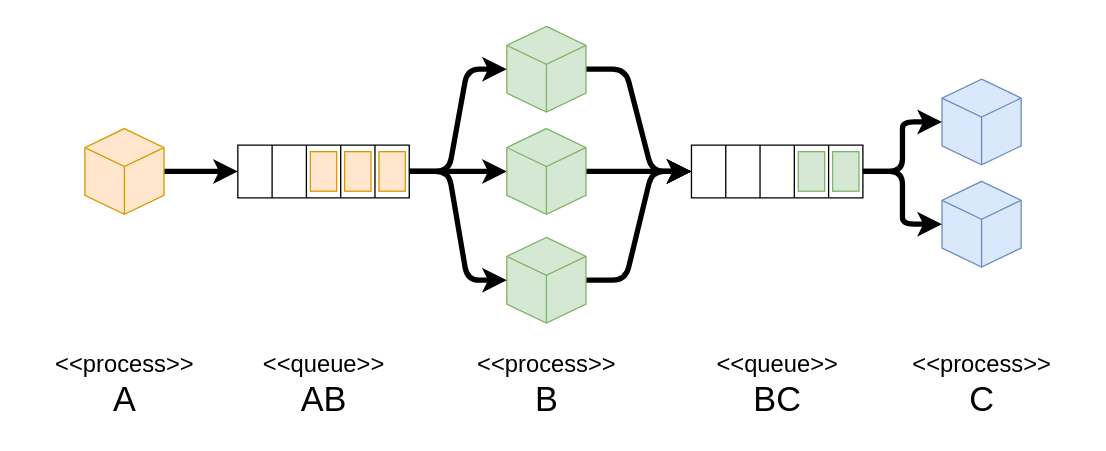
This is content/전산/공부/Pipe-and-Filter-by-Event-Driven.svg from reddiana/reddiana.github.io, a draw.io export, as it was before one commit. Source tidied: cells renumbered, new cells last; positions are measured from the earlier drawing's top-left corner, leaving out a move shared by most shapes.
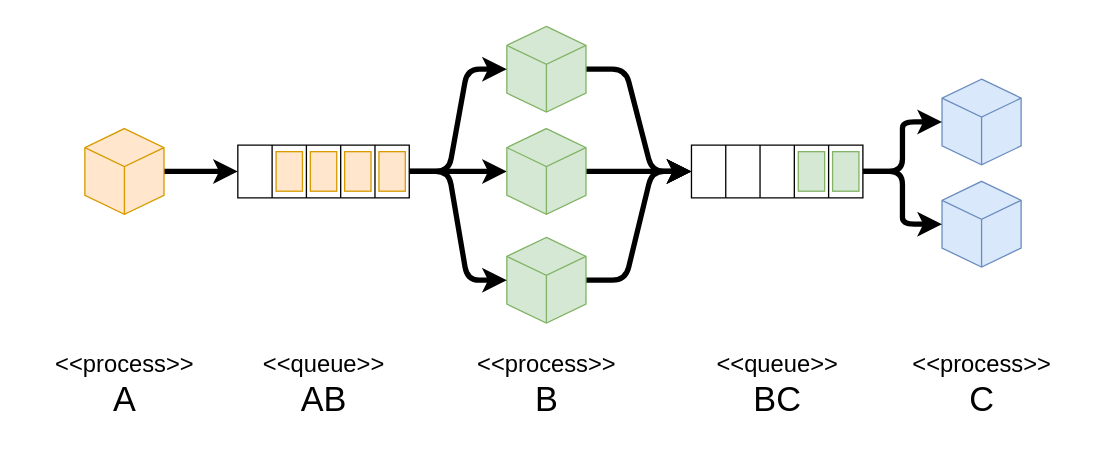
After the commit.

Commit message:
vault backup: 2025-12-24 22:15:44

Change to the diagram source:
```diff
@@ -122,5 +122,8 @@
     <mxCell id="41" value="&lt;font style=&quot;scrollbar-width: thin; scrollbar-color: rgb(238, 238, 238) rgb(251, 251, 251); color: rgb(0, 0, 0); font-family: Helvetica; font-style: normal; font-variant-ligatures: normal; font-variant-caps: normal; font-weight: 400; letter-spacing: normal; orphans: 2; text-indent: 0px; text-transform: none; widows: 2; word-spacing: 0px; -webkit-text-stroke-width: 0px; background-color: rgb(255, 255, 255); text-decoration-thickness: initial; text-decoration-style: initial; text-decoration-color: initial; font-size: 18px;&quot;&gt;&amp;lt;&amp;lt;queue&amp;gt;&amp;gt;&lt;br style=&quot;scrollbar-width: thin; scrollbar-color: rgb(238, 238, 238) rgb(251, 251, 251);&quot;&gt;&lt;/font&gt;&lt;span style=&quot;font-size: 26px;&quot;&gt;BC&lt;/span&gt;" style="text;whiteSpace=wrap;html=1;fontSize=11;fontFamily=Helvetica;fontColor=default;verticalAlign=middle;align=center;" parent="1" vertex="1">
       <mxGeometry x="495" y="242" width="140" height="80" as="geometry" />
     </mxCell>
+    <mxCell id="42" style="rounded=0;whiteSpace=wrap;html=1;fillColor=#ffe6cc;strokeColor=#d79b00;" parent="1" vertex="1">
+      <mxGeometry x="185" y="105" width="20" height="30" as="geometry" />
+    </mxCell>
   </root>
 </mxGraphModel>
```
